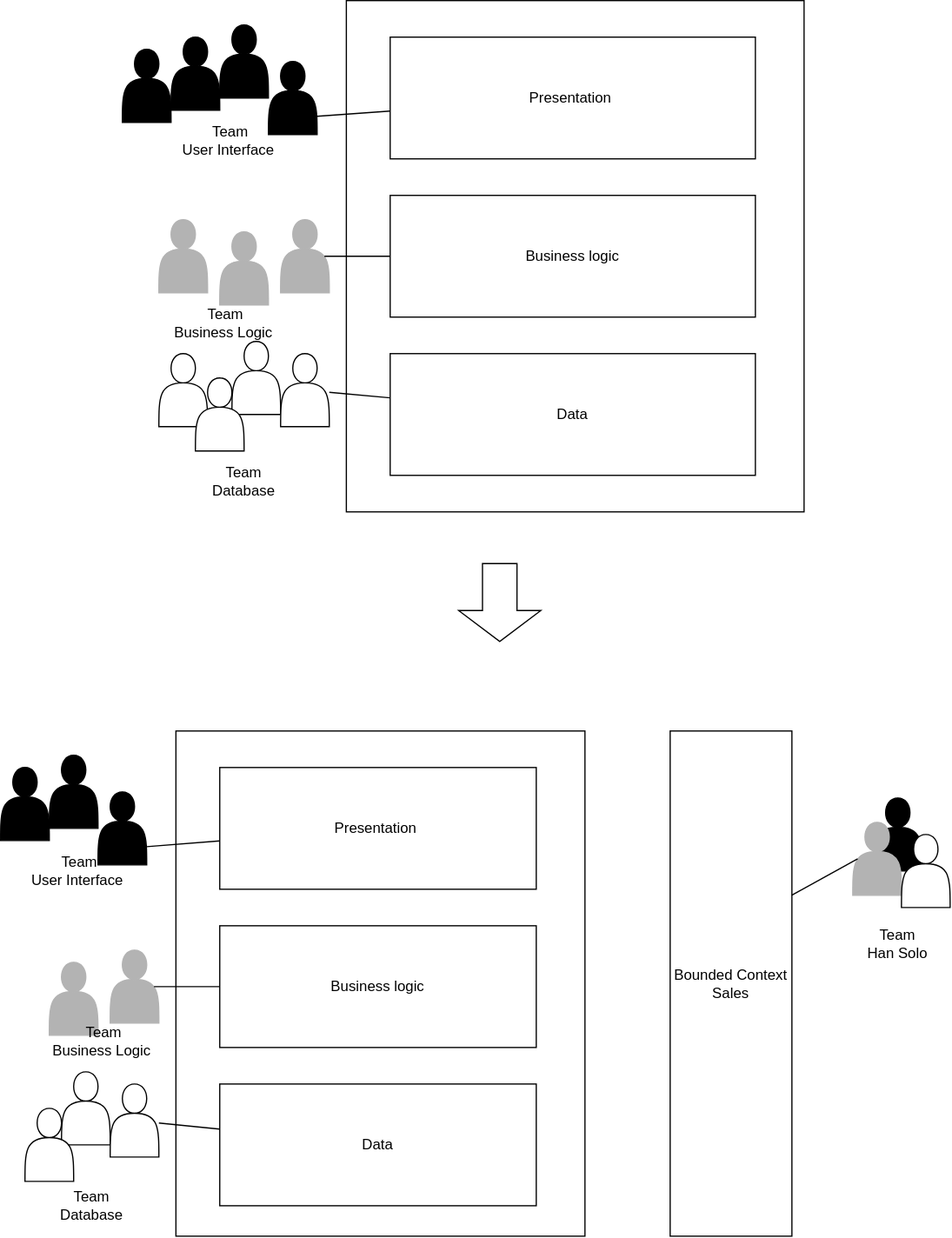
This is docs/images/layer-teams-to-cross-functional-team.drawio.svg from hschwentner/hschwentner.io, a draw.io export, as it was before one commit. Source tidied: cells renumbered, new cells last; positions are measured from the earlier drawing's top-left corner, leaving out a move shared by most shapes.
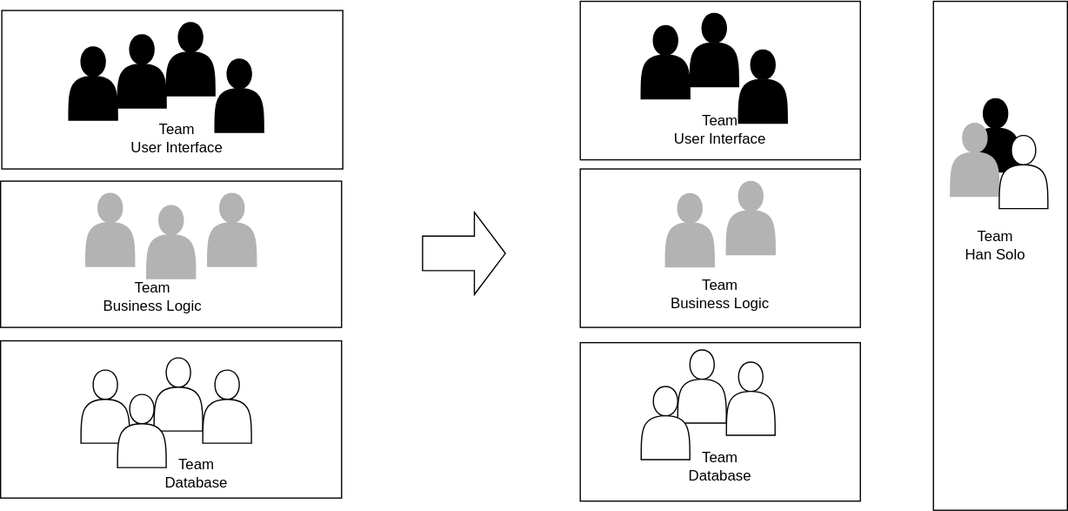
Above is the later version.

What changed in the source:
```diff
@@ -2,32 +2,50 @@
   <root>
     <mxCell id="0" />
     <mxCell id="1" parent="0" />
+    <mxCell id="48" style="rounded=0;whiteSpace=wrap;html=1;" parent="1" vertex="1">
+      <mxGeometry x="520" y="140" width="230" height="130" as="geometry" />
+    </mxCell>
+    <mxCell id="49" style="rounded=0;whiteSpace=wrap;html=1;" parent="1" vertex="1">
+      <mxGeometry x="520" y="282.5" width="230" height="130" as="geometry" />
+    </mxCell>
+    <mxCell id="50" style="rounded=0;whiteSpace=wrap;html=1;" parent="1" vertex="1">
+      <mxGeometry x="810" y="2.5" width="110" height="417.5" as="geometry" />
+    </mxCell>
+    <mxCell id="51" style="rounded=0;whiteSpace=wrap;html=1;" parent="1" vertex="1">
+      <mxGeometry x="520" y="2.5" width="230" height="130" as="geometry" />
+    </mxCell>
+    <mxCell id="52" style="rounded=0;whiteSpace=wrap;html=1;" parent="1" vertex="1">
+      <mxGeometry x="44" y="150" width="280" height="120" as="geometry" />
+    </mxCell>
+    <mxCell id="53" style="rounded=0;whiteSpace=wrap;html=1;" parent="1" vertex="1">
+      <mxGeometry x="44" y="281" width="280" height="129" as="geometry" />
+    </mxCell>
+    <mxCell id="54" style="rounded=0;whiteSpace=wrap;html=1;" parent="1" vertex="1">
+      <mxGeometry x="45" y="10" width="280" height="130" as="geometry" />
+    </mxCell>
     <mxCell id="2" style="shape=actor;whiteSpace=wrap;html=1;fillColor=#000000;" parent="1" vertex="1">
-      <mxGeometry x="717" y="655" width="40" height="60" as="geometry" />
+      <mxGeometry x="841" y="82.5" width="40" height="60" as="geometry" />
     </mxCell>
     <mxCell id="3" style="shape=actor;whiteSpace=wrap;html=1;" parent="1" vertex="1">
-      <mxGeometry x="190" y="280" width="40" height="60" as="geometry" />
+      <mxGeometry x="170" y="295" width="40" height="60" as="geometry" />
     </mxCell>
     <mxCell id="4" style="shape=actor;whiteSpace=wrap;html=1;" parent="1" vertex="1">
-      <mxGeometry x="130" y="290" width="40" height="60" as="geometry" />
+      <mxGeometry x="110" y="305" width="40" height="60" as="geometry" />
     </mxCell>
     <mxCell id="5" style="shape=actor;whiteSpace=wrap;html=1;" parent="1" vertex="1">
-      <mxGeometry x="230" y="290" width="40" height="60" as="geometry" />
+      <mxGeometry x="210" y="305" width="40" height="60" as="geometry" />
     </mxCell>
     <mxCell id="6" style="shape=actor;whiteSpace=wrap;html=1;fillColor=#000000;" parent="1" vertex="1">
       <mxGeometry x="140" y="30" width="40" height="60" as="geometry" />
     </mxCell>
     <mxCell id="7" style="shape=actor;whiteSpace=wrap;html=1;fillColor=#B3B3B3;strokeColor=#B3B3B3;" parent="1" vertex="1">
-      <mxGeometry x="130" y="180" width="40" height="60" as="geometry" />
+      <mxGeometry x="114" y="160" width="40" height="60" as="geometry" />
     </mxCell>
-    <mxCell id="8" style="rounded=0;whiteSpace=wrap;html=1;shadow=0;glass=0;sketch=0;" parent="1" vertex="1">
-      <mxGeometry x="284" width="376" height="420" as="geometry" />
-    </mxCell>
     <mxCell id="9" style="shape=actor;whiteSpace=wrap;html=1;fillColor=#B3B3B3;strokeColor=#B3B3B3;" parent="1" vertex="1">
-      <mxGeometry x="180" y="190" width="40" height="60" as="geometry" />
+      <mxGeometry x="164" y="170" width="40" height="60" as="geometry" />
     </mxCell>
     <mxCell id="10" style="shape=actor;whiteSpace=wrap;html=1;fillColor=#B3B3B3;strokeColor=#B3B3B3;" parent="1" vertex="1">
-      <mxGeometry x="230" y="180" width="40" height="60" as="geometry" />
+      <mxGeometry x="214" y="160" width="40" height="60" as="geometry" />
     </mxCell>
     <mxCell id="11" style="shape=actor;whiteSpace=wrap;html=1;fillColor=#000000;" parent="1" vertex="1">
       <mxGeometry x="180" y="20" width="40" height="60" as="geometry" />
@@ -35,113 +53,68 @@
     <mxCell id="12" style="shape=actor;whiteSpace=wrap;html=1;fillColor=#000000;" parent="1" vertex="1">
       <mxGeometry x="220" y="50" width="40" height="60" as="geometry" />
     </mxCell>
-    <mxCell id="13" value="Presentation&amp;nbsp;" style="rounded=0;whiteSpace=wrap;html=1;shadow=0;glass=0;sketch=0;" parent="1" vertex="1">
-      <mxGeometry x="320" y="30" width="300" height="100" as="geometry" />
-    </mxCell>
-    <mxCell id="14" value="Data" style="rounded=0;whiteSpace=wrap;html=1;shadow=0;glass=0;sketch=0;" parent="1" vertex="1">
-      <mxGeometry x="320" y="290" width="300" height="100" as="geometry" />
-    </mxCell>
-    <mxCell id="15" value="Business logic" style="rounded=0;whiteSpace=wrap;html=1;shadow=0;glass=0;sketch=0;" parent="1" vertex="1">
-      <mxGeometry x="320" y="160" width="300" height="100" as="geometry" />
-    </mxCell>
-    <mxCell id="16" style="endArrow=none;html=1;rounded=0;exitX=1;exitY=0.75;exitDx=0;exitDy=0;" parent="1" edge="1" source="12" target="13">
-      <mxGeometry relative="1" as="geometry" />
-    </mxCell>
-    <mxCell id="17" style="endArrow=none;html=1;rounded=0;exitX=0.9;exitY=0.5;exitDx=0;exitDy=0;exitPerimeter=0;" parent="1" edge="1" source="10" target="15">
-      <mxGeometry relative="1" as="geometry" />
-    </mxCell>
-    <mxCell id="18" style="endArrow=none;html=1;rounded=0;" parent="1" edge="1" source="5" target="14">
-      <mxGeometry relative="1" as="geometry" />
-    </mxCell>
     <mxCell id="19" style="shape=actor;whiteSpace=wrap;html=1;fillColor=#000000;" parent="1" vertex="1">
       <mxGeometry x="100" y="40" width="40" height="60" as="geometry" />
     </mxCell>
     <mxCell id="20" style="shape=actor;whiteSpace=wrap;html=1;" parent="1" vertex="1">
-      <mxGeometry x="160" y="310" width="40" height="60" as="geometry" />
+      <mxGeometry x="140" y="325" width="40" height="60" as="geometry" />
     </mxCell>
     <mxCell id="21" style="shape=flexArrow;endArrow=classic;html=1;rounded=0;endWidth=38.14814814814815;endSize=8.15;width=28.333333333333332;" parent="1" edge="1">
       <mxGeometry relative="1" as="geometry">
-        <mxPoint x="410" y="462" as="sourcePoint" />
-        <mxPoint x="410" y="527" as="targetPoint" />
+        <mxPoint x="390" y="209.2" as="sourcePoint" />
+        <mxPoint x="459" y="209.2" as="targetPoint" />
       </mxGeometry>
     </mxCell>
     <mxCell id="22" style="shape=actor;whiteSpace=wrap;html=1;" parent="1" vertex="1">
-      <mxGeometry x="50" y="880" width="40" height="60" as="geometry" />
+      <mxGeometry x="600" y="288.5" width="40" height="60" as="geometry" />
     </mxCell>
     <mxCell id="23" style="shape=actor;whiteSpace=wrap;html=1;" parent="1" vertex="1">
-      <mxGeometry x="90" y="890" width="40" height="60" as="geometry" />
+      <mxGeometry x="640" y="298.5" width="40" height="60" as="geometry" />
     </mxCell>
     <mxCell id="24" style="shape=actor;whiteSpace=wrap;html=1;fillColor=#000000;" parent="1" vertex="1">
-      <mxGeometry y="630" width="40" height="60" as="geometry" />
+      <mxGeometry x="570" y="22.5" width="40" height="60" as="geometry" />
     </mxCell>
     <mxCell id="25" style="shape=actor;whiteSpace=wrap;html=1;fillColor=#B3B3B3;strokeColor=#B3B3B3;" parent="1" vertex="1">
-      <mxGeometry x="700" y="675" width="40" height="60" as="geometry" />
+      <mxGeometry x="824" y="102.5" width="40" height="60" as="geometry" />
     </mxCell>
-    <mxCell id="26" style="rounded=0;whiteSpace=wrap;html=1;shadow=0;glass=0;sketch=0;" parent="1" vertex="1">
-      <mxGeometry x="144" y="600" width="336" height="415" as="geometry" />
-    </mxCell>
     <mxCell id="27" style="shape=actor;whiteSpace=wrap;html=1;fillColor=#B3B3B3;strokeColor=#B3B3B3;" parent="1" vertex="1">
-      <mxGeometry x="40" y="790" width="40" height="60" as="geometry" />
+      <mxGeometry x="590" y="160.2" width="40" height="60" as="geometry" />
     </mxCell>
     <mxCell id="28" style="shape=actor;whiteSpace=wrap;html=1;fillColor=#B3B3B3;strokeColor=#B3B3B3;" parent="1" vertex="1">
-      <mxGeometry x="90" y="780" width="40" height="60" as="geometry" />
+      <mxGeometry x="640" y="150.2" width="40" height="60" as="geometry" />
     </mxCell>
     <mxCell id="29" style="shape=actor;whiteSpace=wrap;html=1;fillColor=#000000;" parent="1" vertex="1">
-      <mxGeometry x="40" y="620" width="40" height="60" as="geometry" />
+      <mxGeometry x="610" y="12.5" width="40" height="60" as="geometry" />
     </mxCell>
     <mxCell id="30" style="shape=actor;whiteSpace=wrap;html=1;fillColor=#000000;" parent="1" vertex="1">
-      <mxGeometry x="80" y="650" width="40" height="60" as="geometry" />
+      <mxGeometry x="650" y="42.5" width="40" height="60" as="geometry" />
     </mxCell>
-    <mxCell id="31" value="Presentation&amp;nbsp;" style="rounded=0;whiteSpace=wrap;html=1;shadow=0;glass=0;sketch=0;" parent="1" vertex="1">
-      <mxGeometry x="180" y="630" width="260" height="100" as="geometry" />
-    </mxCell>
-    <mxCell id="32" value="Data" style="rounded=0;whiteSpace=wrap;html=1;shadow=0;glass=0;sketch=0;" parent="1" vertex="1">
-      <mxGeometry x="180" y="890" width="260" height="100" as="geometry" />
-    </mxCell>
-    <mxCell id="33" value="Business logic" style="rounded=0;whiteSpace=wrap;html=1;shadow=0;glass=0;sketch=0;" parent="1" vertex="1">
-      <mxGeometry x="180" y="760" width="260" height="100" as="geometry" />
-    </mxCell>
-    <mxCell id="34" style="endArrow=none;html=1;rounded=0;exitX=1;exitY=0.75;exitDx=0;exitDy=0;" parent="1" edge="1" source="30" target="31">
-      <mxGeometry relative="1" as="geometry" />
-    </mxCell>
-    <mxCell id="35" style="endArrow=none;html=1;rounded=0;exitX=0.9;exitY=0.5;exitDx=0;exitDy=0;exitPerimeter=0;" parent="1" edge="1" source="28" target="33">
-      <mxGeometry relative="1" as="geometry" />
-    </mxCell>
-    <mxCell id="36" style="endArrow=none;html=1;rounded=0;" parent="1" edge="1" source="23" target="32">
-      <mxGeometry relative="1" as="geometry" />
-    </mxCell>
     <mxCell id="37" style="shape=actor;whiteSpace=wrap;html=1;" parent="1" vertex="1">
-      <mxGeometry x="20" y="910" width="40" height="60" as="geometry" />
+      <mxGeometry x="570" y="318.5" width="40" height="60" as="geometry" />
     </mxCell>
     <mxCell id="38" style="shape=actor;whiteSpace=wrap;html=1;" parent="1" vertex="1">
-      <mxGeometry x="740" y="685" width="40" height="60" as="geometry" />
+      <mxGeometry x="864" y="112.5" width="40" height="60" as="geometry" />
     </mxCell>
-    <mxCell id="39" value="Bounded Context&lt;br&gt;Sales" style="rounded=0;whiteSpace=wrap;html=1;shadow=0;glass=0;sketch=0;" parent="1" vertex="1">
-      <mxGeometry x="550" y="600" width="100" height="415" as="geometry" />
-    </mxCell>
     <mxCell id="40" value="Team&lt;br&gt;Han Solo" style="text;html=1;strokeColor=none;fillColor=none;align=center;verticalAlign=middle;whiteSpace=wrap;rounded=0;shadow=0;glass=0;sketch=0;" parent="1" vertex="1">
-      <mxGeometry x="707" y="760" width="60" height="30" as="geometry" />
+      <mxGeometry x="831" y="187.5" width="60" height="30" as="geometry" />
     </mxCell>
-    <mxCell id="41" style="endArrow=none;html=1;rounded=0;entryX=0.1;entryY=0.5;entryDx=0;entryDy=0;exitX=1;exitY=0.325;exitDx=0;exitDy=0;entryPerimeter=0;exitPerimeter=0;" parent="1" edge="1" source="39" target="25">
-      <mxGeometry relative="1" as="geometry" />
-    </mxCell>
     <mxCell id="42" value="Team&lt;br&gt;User Interface&amp;nbsp;" style="text;html=1;strokeColor=none;fillColor=none;align=center;verticalAlign=middle;whiteSpace=wrap;rounded=0;shadow=0;glass=0;sketch=0;" parent="1" vertex="1">
       <mxGeometry x="144" y="90" width="90" height="50" as="geometry" />
     </mxCell>
     <mxCell id="43" value="Team&lt;br&gt;Business Logic&amp;nbsp;" style="text;html=1;strokeColor=none;fillColor=none;align=center;verticalAlign=middle;whiteSpace=wrap;rounded=0;shadow=0;glass=0;sketch=0;" parent="1" vertex="1">
-      <mxGeometry x="140" y="250" width="90" height="30" as="geometry" />
+      <mxGeometry x="124" y="230" width="90" height="30" as="geometry" />
     </mxCell>
     <mxCell id="44" value="Team&lt;br&gt;Database" style="text;html=1;strokeColor=none;fillColor=none;align=center;verticalAlign=middle;whiteSpace=wrap;rounded=0;shadow=0;glass=0;sketch=0;" parent="1" vertex="1">
-      <mxGeometry x="155" y="370" width="90" height="50" as="geometry" />
+      <mxGeometry x="160" y="365" width="90" height="50" as="geometry" />
     </mxCell>
     <mxCell id="45" value="Team&lt;br&gt;User Interface&amp;nbsp;" style="text;html=1;strokeColor=none;fillColor=none;align=center;verticalAlign=middle;whiteSpace=wrap;rounded=0;shadow=0;glass=0;sketch=0;" parent="1" vertex="1">
-      <mxGeometry x="20" y="690" width="90" height="50" as="geometry" />
+      <mxGeometry x="590" y="82.5" width="90" height="50" as="geometry" />
     </mxCell>
     <mxCell id="46" value="Team&lt;br&gt;Business Logic&amp;nbsp;" style="text;html=1;strokeColor=none;fillColor=none;align=center;verticalAlign=middle;whiteSpace=wrap;rounded=0;shadow=0;glass=0;sketch=0;" parent="1" vertex="1">
-      <mxGeometry x="40" y="840" width="90" height="30" as="geometry" />
+      <mxGeometry x="590" y="228.2" width="90" height="30" as="geometry" />
     </mxCell>
     <mxCell id="47" value="Team&lt;br&gt;Database" style="text;html=1;strokeColor=none;fillColor=none;align=center;verticalAlign=middle;whiteSpace=wrap;rounded=0;shadow=0;glass=0;sketch=0;" parent="1" vertex="1">
-      <mxGeometry x="30" y="965" width="90" height="50" as="geometry" />
+      <mxGeometry x="590" y="358.5" width="90" height="50" as="geometry" />
     </mxCell>
   </root>
 </mxGraphModel>
```
